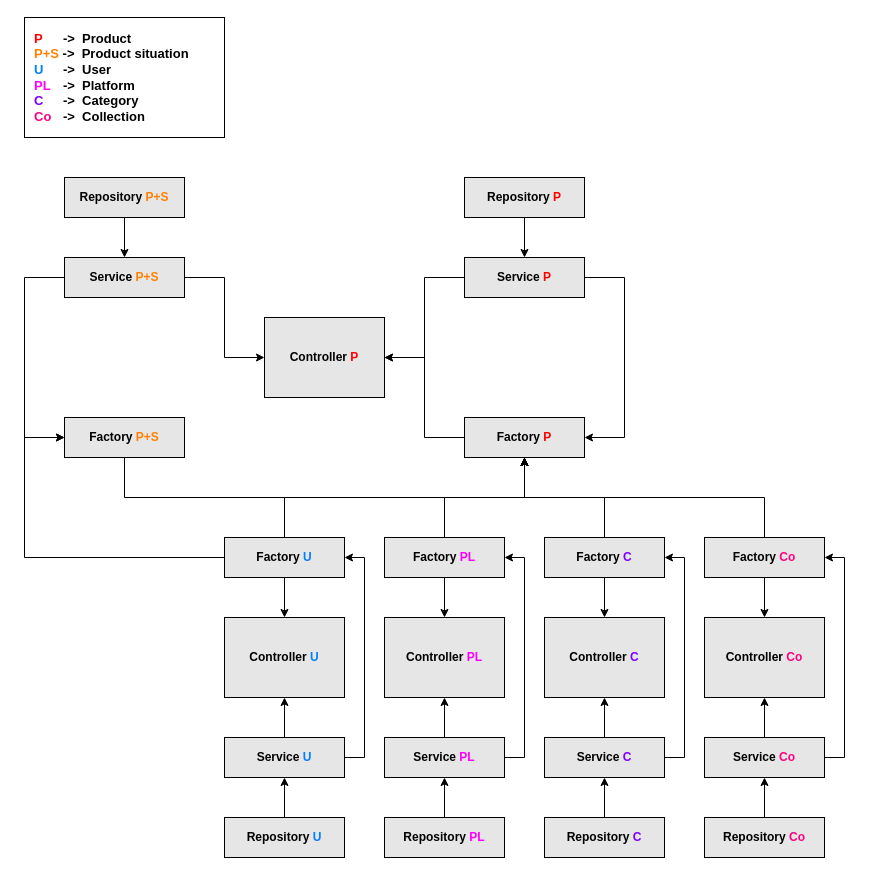
Earlier version of the draw.io diagram src/main/resources/warehouse.drawio (Rafael24595/java-warehouse-rest). Source tidied: cells renumbered, new cells numbered last; positions are measured from the earlier drawing's top-left corner, leaving out a move shared by most shapes. Both pictures are drawn from the tidied source at 100%, with x=0, y=0 at pixel (24, 17).
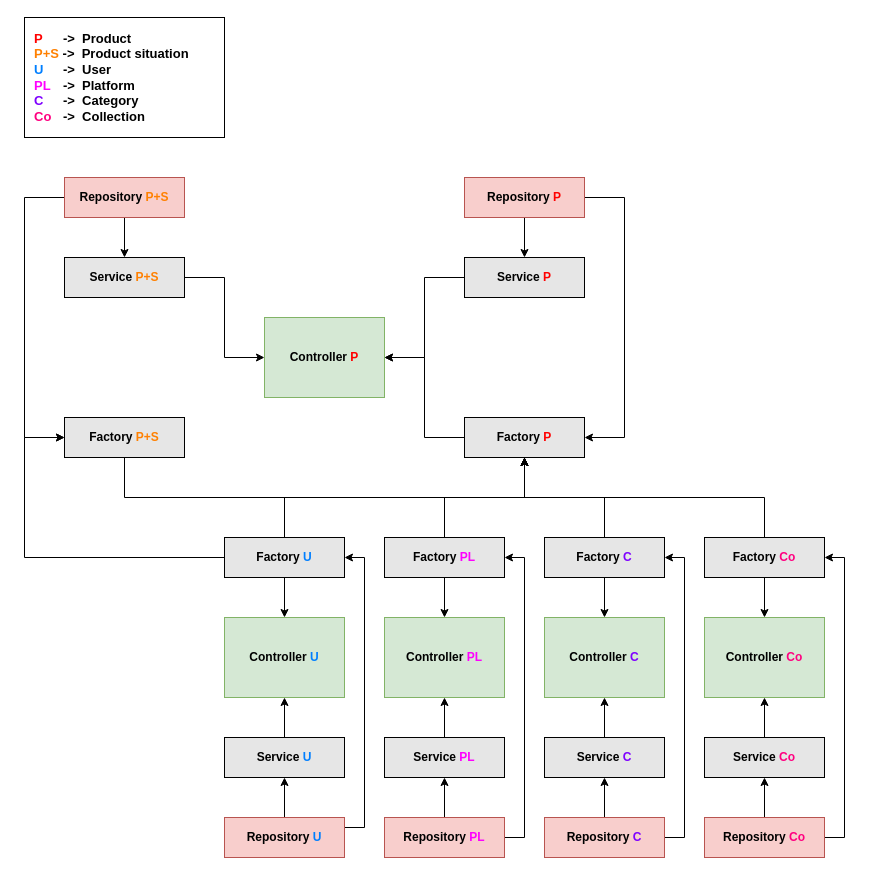
The same page after the edit.

Unchanged cells that the change refers to:
```xml
<mxCell id="5" value="Service &lt;font color=&quot;#ff0000&quot;&gt;P&lt;/font&gt;" style="rounded=0;whiteSpace=wrap;html=1;fontStyle=1;fillColor=#E6E6E6;" parent="1" vertex="1">
  <mxGeometry x="440" y="240" width="120" height="40" as="geometry" />
</mxCell>
<mxCell id="8" value="Service &lt;font color=&quot;#ff8000&quot;&gt;P+S&lt;/font&gt;" style="rounded=0;whiteSpace=wrap;html=1;fontStyle=1;fillColor=#E6E6E6;" parent="1" vertex="1">
  <mxGeometry x="40" y="240" width="120" height="40" as="geometry" />
</mxCell>
<mxCell id="14" value="Factory &lt;font color=&quot;#007fff&quot;&gt;U&lt;/font&gt;" style="rounded=0;whiteSpace=wrap;html=1;fontStyle=1;fillColor=#E6E6E6;" parent="1" vertex="1">
  <mxGeometry x="200" y="520" width="120" height="40" as="geometry" />
</mxCell>
<mxCell id="17" value="Factory &lt;font color=&quot;#ff00ff&quot;&gt;PL&lt;/font&gt;" style="rounded=0;whiteSpace=wrap;html=1;fontStyle=1;fillColor=#E6E6E6;" parent="1" vertex="1">
  <mxGeometry x="360" y="520" width="120" height="40" as="geometry" />
</mxCell>
<mxCell id="20" value="Factory &lt;font color=&quot;#7f00ff&quot;&gt;C&lt;/font&gt;" style="rounded=0;whiteSpace=wrap;html=1;fontStyle=1;fillColor=#E6E6E6;" parent="1" vertex="1">
  <mxGeometry x="520" y="520" width="120" height="40" as="geometry" />
</mxCell>
<mxCell id="26" value="Factory &lt;font color=&quot;#ff8000&quot;&gt;P+S&lt;/font&gt;" style="rounded=0;whiteSpace=wrap;html=1;fontStyle=1;fillColor=#E6E6E6;" parent="1" vertex="1">
  <mxGeometry x="40" y="400" width="120" height="40" as="geometry" />
</mxCell>
<mxCell id="33" value="Service &lt;font color=&quot;#007fff&quot;&gt;U&lt;/font&gt;" style="rounded=0;whiteSpace=wrap;html=1;fontStyle=1;fillColor=#E6E6E6;" parent="1" vertex="1">
  <mxGeometry x="200" y="720" width="120" height="40" as="geometry" />
</mxCell>
<mxCell id="38" value="Service &lt;font color=&quot;#ff00ff&quot;&gt;PL&lt;/font&gt;" style="rounded=0;whiteSpace=wrap;html=1;fontStyle=1;fillColor=#E6E6E6;" parent="1" vertex="1">
  <mxGeometry x="360" y="720" width="120" height="40" as="geometry" />
</mxCell>
<mxCell id="41" value="Service &lt;font color=&quot;#7f00ff&quot;&gt;C&lt;/font&gt;" style="rounded=0;whiteSpace=wrap;html=1;fontStyle=1;fillColor=#E6E6E6;" parent="1" vertex="1">
  <mxGeometry x="520" y="720" width="120" height="40" as="geometry" />
</mxCell>
<mxCell id="48" value="Factory &lt;font color=&quot;#ff0080&quot;&gt;Co&lt;/font&gt;" style="rounded=0;whiteSpace=wrap;html=1;fontStyle=1;fillColor=#E6E6E6;" parent="1" vertex="1">
  <mxGeometry x="680" y="520" width="120" height="40" as="geometry" />
</mxCell>
<mxCell id="52" value="Service &lt;font color=&quot;#ff0080&quot;&gt;Co&lt;/font&gt;" style="rounded=0;whiteSpace=wrap;html=1;fontStyle=1;fillColor=#E6E6E6;" parent="1" vertex="1">
  <mxGeometry x="680" y="720" width="120" height="40" as="geometry" />
</mxCell>
```

The edit, as a diff of the source:
```diff
@@
-    <mxCell id="2" value="&lt;span style=&quot;&quot;&gt;Controller &lt;font style=&quot;font-size: 12px;&quot; color=&quot;#ff0000&quot;&gt;P&lt;/font&gt;&lt;/span&gt;" style="rounded=0;whiteSpace=wrap;html=1;fontStyle=1;fillColor=#E6E6E6;shadow=0;glass=0;sketch=0;gradientColor=none;" parent="1" vertex="1">
+    <mxCell id="2" value="&lt;span style=&quot;&quot;&gt;Controller &lt;font style=&quot;font-size: 12px;&quot; color=&quot;#ff0000&quot;&gt;P&lt;/font&gt;&lt;/span&gt;" style="rounded=0;whiteSpace=wrap;html=1;fontStyle=1;shadow=0;glass=0;sketch=0;fillStyle=auto;fillColor=#d5e8d4;strokeColor=#82b366;" parent="1" vertex="1">
       <mxGeometry x="240" y="300" width="120" height="80" as="geometry" />
     </mxCell>
@@
-    <mxCell id="4" style="edgeStyle=orthogonalEdgeStyle;rounded=0;jettySize=auto;html=1;fontStyle=1;" parent="1" edge="1" source="5">
+    <mxCell id="4" style="edgeStyle=orthogonalEdgeStyle;rounded=0;jettySize=auto;html=1;fontStyle=1;exitX=1;exitY=0.5;exitDx=0;exitDy=0;" parent="1" edge="1" source="22">
       <mxGeometry relative="1" as="geometry">
         <mxPoint x="560" y="420" as="targetPoint" />
         <Array as="points">
-          <mxPoint x="600" y="260" />
+          <mxPoint x="600" y="180" />
           <mxPoint x="600" y="420" />
         </Array>
       </mxGeometry>
     </mxCell>
@@
-    <mxCell id="7" style="edgeStyle=orthogonalEdgeStyle;rounded=0;jettySize=auto;html=1;exitX=0;exitY=0.5;exitDx=0;exitDy=0;entryX=0;entryY=0.5;entryDx=0;entryDy=0;fontStyle=1;" parent="1" edge="1" source="8" target="26">
+    <mxCell id="7" style="edgeStyle=orthogonalEdgeStyle;rounded=0;jettySize=auto;html=1;exitX=0;exitY=0.5;exitDx=0;exitDy=0;entryX=0;entryY=0.5;entryDx=0;entryDy=0;fontStyle=1;" parent="1" edge="1" source="24" target="26">
       <mxGeometry relative="1" as="geometry">
         <Array as="points">
-          <mxPoint y="260" />
+          <mxPoint y="180" />
           <mxPoint y="420" />
         </Array>
       </mxGeometry>
     </mxCell>
@@
-    <mxCell id="22" value="Repository &lt;font color=&quot;#ff0000&quot;&gt;P&lt;/font&gt;" style="rounded=0;whiteSpace=wrap;html=1;fontStyle=1;fillColor=#E6E6E6;" parent="1" vertex="1">
+    <mxCell id="22" value="Repository &lt;font color=&quot;#ff0000&quot;&gt;P&lt;/font&gt;" style="rounded=0;whiteSpace=wrap;html=1;fontStyle=1;fillColor=#f8cecc;strokeColor=#b85450;" parent="1" vertex="1">
       <mxGeometry x="440" y="160" width="120" height="40" as="geometry" />
     </mxCell>
@@
-    <mxCell id="24" value="Repository &lt;font color=&quot;#ff8000&quot;&gt;P+S&lt;/font&gt;" style="rounded=0;whiteSpace=wrap;html=1;fontStyle=1;fillColor=#E6E6E6;" parent="1" vertex="1">
+    <mxCell id="24" value="Repository &lt;font color=&quot;#ff8000&quot;&gt;P+S&lt;/font&gt;" style="rounded=0;whiteSpace=wrap;html=1;fontStyle=1;fillColor=#f8cecc;strokeColor=#b85450;" parent="1" vertex="1">
       <mxGeometry x="40" y="160" width="120" height="40" as="geometry" />
     </mxCell>
@@
-    <mxCell id="28" value="&lt;span style=&quot;&quot;&gt;Controller &lt;font color=&quot;#007fff&quot; style=&quot;font-size: 12px;&quot;&gt;U&lt;/font&gt;&lt;/span&gt;" style="rounded=0;whiteSpace=wrap;html=1;fontStyle=1;fillColor=#E6E6E6;shadow=0;glass=0;sketch=0;gradientColor=none;" parent="1" vertex="1">
+    <mxCell id="28" value="&lt;span style=&quot;&quot;&gt;Controller &lt;font color=&quot;#007fff&quot; style=&quot;font-size: 12px;&quot;&gt;U&lt;/font&gt;&lt;/span&gt;" style="rounded=0;whiteSpace=wrap;html=1;fontStyle=1;fillColor=#d5e8d4;shadow=0;glass=0;sketch=0;strokeColor=#82b366;" parent="1" vertex="1">
       <mxGeometry x="200" y="600" width="120" height="80" as="geometry" />
     </mxCell>
-    <mxCell id="29" value="&lt;span style=&quot;&quot;&gt;Controller &lt;font color=&quot;#ff00ff&quot; style=&quot;font-size: 12px;&quot;&gt;PL&lt;/font&gt;&lt;/span&gt;" style="rounded=0;whiteSpace=wrap;html=1;fontStyle=1;fillColor=#E6E6E6;shadow=0;glass=0;sketch=0;gradientColor=none;" parent="1" vertex="1">
+    <mxCell id="29" value="&lt;span style=&quot;&quot;&gt;Controller &lt;font color=&quot;#ff00ff&quot; style=&quot;font-size: 12px;&quot;&gt;PL&lt;/font&gt;&lt;/span&gt;" style="rounded=0;whiteSpace=wrap;html=1;fontStyle=1;fillColor=#d5e8d4;shadow=0;glass=0;sketch=0;strokeColor=#82b366;" parent="1" vertex="1">
       <mxGeometry x="360" y="600" width="120" height="80" as="geometry" />
     </mxCell>
-    <mxCell id="30" value="Controller &lt;font color=&quot;#7f00ff&quot;&gt;C&lt;/font&gt;" style="rounded=0;whiteSpace=wrap;html=1;fontStyle=1;fillColor=#E6E6E6;shadow=0;glass=0;sketch=0;gradientColor=none;" parent="1" vertex="1">
+    <mxCell id="30" value="Controller &lt;font color=&quot;#7f00ff&quot;&gt;C&lt;/font&gt;" style="rounded=0;whiteSpace=wrap;html=1;fontStyle=1;fillColor=#d5e8d4;shadow=0;glass=0;sketch=0;strokeColor=#82b366;" parent="1" vertex="1">
       <mxGeometry x="520" y="600" width="120" height="80" as="geometry" />
     </mxCell>
@@
-    <mxCell id="32" style="edgeStyle=orthogonalEdgeStyle;rounded=0;jumpStyle=none;jettySize=auto;html=1;exitX=1;exitY=0.5;exitDx=0;exitDy=0;entryX=1;entryY=0.5;entryDx=0;entryDy=0;fontSize=12;fontColor=#007FFF;endArrow=classic;endFill=1;" parent="1" edge="1" source="33" target="14">
+    <mxCell id="32" style="edgeStyle=orthogonalEdgeStyle;rounded=0;jumpStyle=none;jettySize=auto;html=1;exitX=1;exitY=0.25;exitDx=0;exitDy=0;entryX=1;entryY=0.5;entryDx=0;entryDy=0;fontSize=12;fontColor=#007FFF;endArrow=classic;endFill=1;" parent="1" edge="1" source="35" target="14">
       <mxGeometry relative="1" as="geometry" />
     </mxCell>
@@
-    <mxCell id="35" value="Repository &lt;font color=&quot;#007fff&quot;&gt;U&lt;/font&gt;" style="rounded=0;whiteSpace=wrap;html=1;fontStyle=1;fillColor=#E6E6E6;" parent="1" vertex="1">
+    <mxCell id="35" value="Repository &lt;font color=&quot;#007fff&quot;&gt;U&lt;/font&gt;" style="rounded=0;whiteSpace=wrap;html=1;fontStyle=1;fillColor=#f8cecc;strokeColor=#b85450;" parent="1" vertex="1">
       <mxGeometry x="200" y="800" width="120" height="40" as="geometry" />
     </mxCell>
@@
-    <mxCell id="37" style="edgeStyle=orthogonalEdgeStyle;rounded=0;jumpStyle=none;jettySize=auto;html=1;entryX=1;entryY=0.5;entryDx=0;entryDy=0;fontSize=12;fontColor=#7F00FF;endArrow=classic;endFill=1;" parent="1" edge="1" source="38" target="17">
-      <mxGeometry relative="1" as="geometry">
-        <Array as="points">
-          <mxPoint x="500" y="740" />
-          <mxPoint x="500" y="540" />
-        </Array>
-      </mxGeometry>
-    </mxCell>
@@
-    <mxCell id="40" style="edgeStyle=orthogonalEdgeStyle;rounded=0;jumpStyle=none;jettySize=auto;html=1;entryX=1;entryY=0.5;entryDx=0;entryDy=0;fontSize=12;fontColor=#7F00FF;endArrow=classic;endFill=1;" parent="1" edge="1" source="41" target="20">
-      <mxGeometry relative="1" as="geometry">
-        <Array as="points">
-          <mxPoint x="660" y="740" />
-          <mxPoint x="660" y="540" />
-        </Array>
-      </mxGeometry>
-    </mxCell>
@@
+    <mxCell id="55" style="edgeStyle=orthogonalEdgeStyle;rounded=0;jettySize=auto;html=1;entryX=1;entryY=0.5;entryDx=0;entryDy=0;" parent="1" edge="1" source="43" target="17">
+      <mxGeometry relative="1" as="geometry">
+        <Array as="points">
+          <mxPoint x="500" y="820" />
+          <mxPoint x="500" y="540" />
+        </Array>
+      </mxGeometry>
+    </mxCell>
-    <mxCell id="43" value="Repository &lt;font color=&quot;#ff00ff&quot;&gt;PL&lt;/font&gt;" style="rounded=0;whiteSpace=wrap;html=1;fontStyle=1;fillColor=#E6E6E6;" parent="1" vertex="1">
+    <mxCell id="43" value="Repository &lt;font color=&quot;#ff00ff&quot;&gt;PL&lt;/font&gt;" style="rounded=0;whiteSpace=wrap;html=1;fontStyle=1;fillColor=#f8cecc;strokeColor=#b85450;" parent="1" vertex="1">
       <mxGeometry x="360" y="800" width="120" height="40" as="geometry" />
     </mxCell>
@@
+    <mxCell id="56" style="edgeStyle=orthogonalEdgeStyle;rounded=0;jettySize=auto;html=1;entryX=1;entryY=0.5;entryDx=0;entryDy=0;" parent="1" edge="1" source="45" target="20">
+      <mxGeometry relative="1" as="geometry">
+        <Array as="points">
+          <mxPoint x="660" y="820" />
+          <mxPoint x="660" y="540" />
+        </Array>
+      </mxGeometry>
+    </mxCell>
-    <mxCell id="45" value="Repository&amp;nbsp;&lt;span style=&quot;color: rgb(127, 0, 255);&quot;&gt;C&lt;/span&gt;" style="rounded=0;whiteSpace=wrap;html=1;fontStyle=1;fillColor=#E6E6E6;" parent="1" vertex="1">
+    <mxCell id="45" value="Repository&amp;nbsp;&lt;span style=&quot;color: rgb(127, 0, 255);&quot;&gt;C&lt;/span&gt;" style="rounded=0;whiteSpace=wrap;html=1;fontStyle=1;fillColor=#f8cecc;strokeColor=#b85450;" parent="1" vertex="1">
       <mxGeometry x="520" y="800" width="120" height="40" as="geometry" />
     </mxCell>
@@
-    <mxCell id="49" value="Controller &lt;font color=&quot;#ff0080&quot;&gt;Co&lt;/font&gt;" style="rounded=0;whiteSpace=wrap;html=1;fontStyle=1;fillColor=#E6E6E6;shadow=0;glass=0;sketch=0;gradientColor=none;" parent="1" vertex="1">
+    <mxCell id="49" value="Controller &lt;font color=&quot;#ff0080&quot;&gt;Co&lt;/font&gt;" style="rounded=0;whiteSpace=wrap;html=1;fontStyle=1;fillColor=#d5e8d4;shadow=0;glass=0;sketch=0;strokeColor=#82b366;" parent="1" vertex="1">
       <mxGeometry x="680" y="600" width="120" height="80" as="geometry" />
     </mxCell>
@@
-    <mxCell id="51" style="edgeStyle=orthogonalEdgeStyle;rounded=0;jumpStyle=none;jettySize=auto;html=1;entryX=1;entryY=0.5;entryDx=0;entryDy=0;fontSize=12;fontColor=#7F00FF;endArrow=classic;endFill=1;" parent="1" edge="1" source="52" target="48">
-      <mxGeometry relative="1" as="geometry">
-        <Array as="points">
-          <mxPoint x="820" y="740" />
-          <mxPoint x="820" y="540" />
-        </Array>
-      </mxGeometry>
-    </mxCell>
@@
+    <mxCell id="57" style="edgeStyle=orthogonalEdgeStyle;rounded=0;jettySize=auto;html=1;entryX=1;entryY=0.5;entryDx=0;entryDy=0;" parent="1" edge="1" source="54" target="48">
+      <mxGeometry relative="1" as="geometry">
+        <Array as="points">
+          <mxPoint x="820" y="820" />
+          <mxPoint x="820" y="540" />
+        </Array>
+      </mxGeometry>
+    </mxCell>
-    <mxCell id="54" value="Repository&amp;nbsp;&lt;font color=&quot;#ff0080&quot;&gt;Co&lt;/font&gt;" style="rounded=0;whiteSpace=wrap;html=1;fontStyle=1;fillColor=#E6E6E6;" parent="1" vertex="1">
+    <mxCell id="54" value="Repository&amp;nbsp;&lt;font color=&quot;#ff0080&quot;&gt;Co&lt;/font&gt;" style="rounded=0;whiteSpace=wrap;html=1;fontStyle=1;fillColor=#f8cecc;strokeColor=#b85450;" parent="1" vertex="1">
       <mxGeometry x="680" y="800" width="120" height="40" as="geometry" />
     </mxCell>
```
